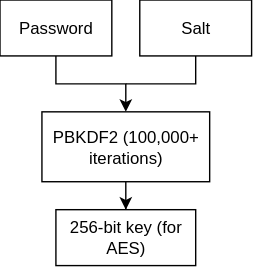
Earlier version of the draw.io export docs/diagrams/security/key-derivation.svg (ArgoRobots/Argo-Books-Avalonia). Source tidied: cells renumbered, new cells last; positions are measured from the earlier drawing's top-left corner, leaving out a move shared by most shapes. Source of this version:
```xml
<mxGraphModel>
  <root>
    <mxCell id="0" />
    <mxCell id="1" parent="0" />
    <mxCell id="2" style="edgeStyle=orthogonalEdgeStyle;rounded=0;jettySize=auto;html=1;entryX=0.5;entryY=0;entryDx=0;entryDy=0;" parent="1" edge="1" source="3" target="7">
      <mxGeometry relative="1" as="geometry">
        <Array as="points">
          <mxPoint x="40" y="60" />
          <mxPoint x="90" y="60" />
        </Array>
      </mxGeometry>
    </mxCell>
    <mxCell id="3" value="Password" style="rounded=0;whiteSpace=wrap;html=1;" parent="1" vertex="1">
      <mxGeometry width="80" height="40" as="geometry" />
    </mxCell>
    <mxCell id="4" style="edgeStyle=orthogonalEdgeStyle;rounded=0;jettySize=auto;html=1;exitX=0.5;exitY=1;exitDx=0;exitDy=0;endArrow=none;endFill=0;" parent="1" edge="1" source="5">
      <mxGeometry relative="1" as="geometry">
        <mxPoint x="90" y="60" as="targetPoint" />
      </mxGeometry>
    </mxCell>
    <mxCell id="5" value="Salt" style="rounded=0;whiteSpace=wrap;html=1;" parent="1" vertex="1">
      <mxGeometry x="100" width="80" height="40" as="geometry" />
    </mxCell>
    <mxCell id="6" style="edgeStyle=orthogonalEdgeStyle;rounded=0;jettySize=auto;html=1;entryX=0.5;entryY=0;entryDx=0;entryDy=0;" parent="1" edge="1" source="7" target="8">
      <mxGeometry relative="1" as="geometry" />
    </mxCell>
    <mxCell id="7" value="PBKDF2 (100,000+ iterations)" style="rounded=0;whiteSpace=wrap;html=1;" parent="1" vertex="1">
      <mxGeometry x="30" y="80" width="120" height="50" as="geometry" />
    </mxCell>
    <mxCell id="8" value="256-bit key (for AES)" style="rounded=0;whiteSpace=wrap;html=1;" parent="1" vertex="1">
      <mxGeometry x="40" y="150" width="100" height="40" as="geometry" />
    </mxCell>
  </root>
</mxGraphModel>
```
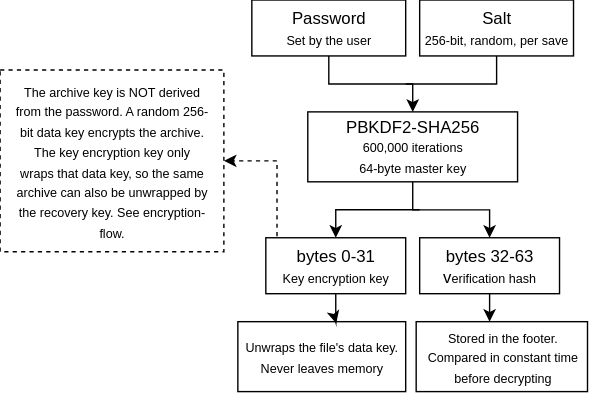
After the change.

Diff of the diagram source:
```diff
@@ -2,33 +2,64 @@
   <root>
     <mxCell id="0" />
     <mxCell id="1" parent="0" />
-    <mxCell id="2" style="edgeStyle=orthogonalEdgeStyle;rounded=0;jettySize=auto;html=1;entryX=0.5;entryY=0;entryDx=0;entryDy=0;" parent="1" edge="1" source="3" target="7">
-      <mxGeometry relative="1" as="geometry">
-        <Array as="points">
-          <mxPoint x="40" y="60" />
-          <mxPoint x="90" y="60" />
-        </Array>
-      </mxGeometry>
+    <mxCell id="2" style="edgeStyle=orthogonalEdgeStyle;rounded=0;jettySize=auto;html=1;" parent="1" edge="1" source="3" target="7">
+      <mxGeometry relative="1" as="geometry" />
     </mxCell>
-    <mxCell id="3" value="Password" style="rounded=0;whiteSpace=wrap;html=1;" parent="1" vertex="1">
-      <mxGeometry width="80" height="40" as="geometry" />
+    <mxCell id="3" value="Password&lt;div&gt;&lt;font style=&quot;font-size: 9px;&quot;&gt;Set by the user&lt;/font&gt;&lt;/div&gt;" style="rounded=0;whiteSpace=wrap;html=1;" parent="1" vertex="1">
+      <mxGeometry x="-10" width="110" height="40" as="geometry" />
     </mxCell>
     <mxCell id="4" style="edgeStyle=orthogonalEdgeStyle;rounded=0;jettySize=auto;html=1;exitX=0.5;exitY=1;exitDx=0;exitDy=0;endArrow=none;endFill=0;" parent="1" edge="1" source="5">
       <mxGeometry relative="1" as="geometry">
-        <mxPoint x="90" y="60" as="targetPoint" />
+        <mxPoint x="100" y="60" as="targetPoint" />
       </mxGeometry>
     </mxCell>
-    <mxCell id="5" value="Salt" style="rounded=0;whiteSpace=wrap;html=1;" parent="1" vertex="1">
-      <mxGeometry x="100" width="80" height="40" as="geometry" />
+    <mxCell id="5" value="Salt&lt;div&gt;&lt;font style=&quot;font-size: 9px;&quot;&gt;256-bit, random, per save&lt;/font&gt;&lt;/div&gt;" style="rounded=0;whiteSpace=wrap;html=1;" parent="1" vertex="1">
+      <mxGeometry x="110" width="110" height="40" as="geometry" />
     </mxCell>
     <mxCell id="6" style="edgeStyle=orthogonalEdgeStyle;rounded=0;jettySize=auto;html=1;entryX=0.5;entryY=0;entryDx=0;entryDy=0;" parent="1" edge="1" source="7" target="8">
       <mxGeometry relative="1" as="geometry" />
     </mxCell>
-    <mxCell id="7" value="PBKDF2 (100,000+ iterations)" style="rounded=0;whiteSpace=wrap;html=1;" parent="1" vertex="1">
-      <mxGeometry x="30" y="80" width="120" height="50" as="geometry" />
+    <mxCell id="7" value="PBKDF2-SHA256&lt;div&gt;&lt;font style=&quot;font-size: 9px;&quot;&gt;600,000 iterations&lt;/font&gt;&lt;/div&gt;&lt;div&gt;&lt;font style=&quot;font-size: 9px;&quot;&gt;64-byte master key&lt;/font&gt;&lt;/div&gt;" style="rounded=0;whiteSpace=wrap;html=1;" parent="1" vertex="1">
+      <mxGeometry x="30" y="80" width="150" height="50" as="geometry" />
     </mxCell>
-    <mxCell id="8" value="256-bit key (for AES)" style="rounded=0;whiteSpace=wrap;html=1;" parent="1" vertex="1">
-      <mxGeometry x="40" y="150" width="100" height="40" as="geometry" />
+    <mxCell id="8" value="bytes 32-63&lt;div&gt;v&lt;font style=&quot;font-size: 9px;&quot;&gt;erification hash&lt;/font&gt;&lt;/div&gt;" style="rounded=0;whiteSpace=wrap;html=1;" parent="1" vertex="1">
+      <mxGeometry x="110" y="170" width="100" height="40" as="geometry" />
     </mxCell>
+    <mxCell id="9" value="bytes 0-31&lt;div&gt;&lt;font style=&quot;font-size: 9px;&quot;&gt;Key encryption key&lt;/font&gt;&lt;/div&gt;" style="rounded=0;whiteSpace=wrap;html=1;" parent="1" vertex="1">
+      <mxGeometry y="170" width="100" height="40" as="geometry" />
+    </mxCell>
+    <mxCell id="10" style="endArrow=classic;html=1;rounded=0;entryX=0.5;entryY=0;entryDx=0;entryDy=0;" parent="1" edge="1" target="9">
+      <mxGeometry relative="1" as="geometry">
+        <mxPoint x="110" y="150" as="sourcePoint" />
+        <Array as="points">
+          <mxPoint x="50" y="150" />
+        </Array>
+      </mxGeometry>
+    </mxCell>
+    <mxCell id="11" value="&lt;font style=&quot;font-size: 9px;&quot;&gt;Unwraps the file's data key. Never leaves memory&lt;/font&gt;" style="rounded=0;whiteSpace=wrap;html=1;" parent="1" vertex="1">
+      <mxGeometry x="-20" y="230" width="120" height="50" as="geometry" />
+    </mxCell>
+    <mxCell id="12" value="&lt;font style=&quot;font-size: 9px;&quot;&gt;Stored in the footer.&lt;/font&gt;&lt;div&gt;&lt;font style=&quot;font-size: 9px;&quot;&gt;Compared in constant time before decrypting&lt;/font&gt;&lt;/div&gt;" style="rounded=0;whiteSpace=wrap;html=1;" parent="1" vertex="1">
+      <mxGeometry x="107.5" y="230" width="122.5" height="50" as="geometry" />
+    </mxCell>
+    <mxCell id="13" style="edgeStyle=orthogonalEdgeStyle;rounded=0;jettySize=auto;html=1;entryX=0.586;entryY=0.025;entryDx=0;entryDy=0;entryPerimeter=0;" parent="1" edge="1" source="9" target="11">
+      <mxGeometry relative="1" as="geometry" />
+    </mxCell>
+    <mxCell id="14" style="edgeStyle=orthogonalEdgeStyle;rounded=0;jettySize=auto;html=1;entryX=0.429;entryY=0.006;entryDx=0;entryDy=0;entryPerimeter=0;" parent="1" edge="1" source="8" target="12">
+      <mxGeometry relative="1" as="geometry" />
+    </mxCell>
+    <mxCell id="15" style="rounded=0;whiteSpace=wrap;html=1;glass=0;dashed=1;" parent="1" vertex="1">
+      <mxGeometry x="-190" y="50" width="160" height="130" as="geometry" />
+    </mxCell>
+    <mxCell id="16" value="&lt;font style=&quot;font-size: 9px;&quot;&gt;The archive key is NOT derived from the password. A random 256-bit data key encrypts the archive. The key encryption key only wraps that data key, so the same archive can also be unwrapped by the recovery key. See encryption-flow.&lt;/font&gt;" style="text;strokeColor=none;fillColor=none;align=center;verticalAlign=middle;rounded=0;fontColor=default;whiteSpace=wrap;html=1;autosizeText=0;convertToSvg=0;textShadow=0;labelBorderColor=none;" parent="1" vertex="1">
+      <mxGeometry x="-180" y="55" width="140" height="120" as="geometry" />
+    </mxCell>
+    <mxCell id="17" style="endArrow=classic;html=1;rounded=0;exitX=0.08;exitY=-0.027;exitDx=0;exitDy=0;entryX=1;entryY=0.5;entryDx=0;entryDy=0;dashed=1;exitPerimeter=0;" parent="1" edge="1" source="9" target="15">
+      <mxGeometry relative="1" as="geometry">
+        <Array as="points">
+          <mxPoint x="8" y="115" />
+        </Array>
+      </mxGeometry>
+    </mxCell>
   </root>
 </mxGraphModel>
```
